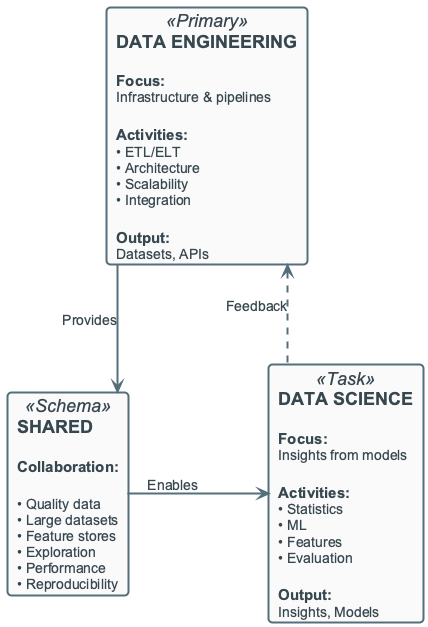
The PlantUML diagram diagrams/week01/week1_de_vs_ds.png in OrPerets/data-engineering-course, before a commit.
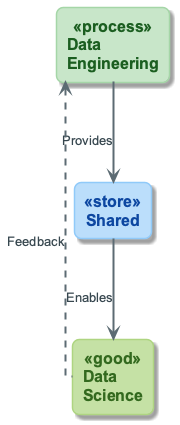
Later version of the same file.

Diff of the diagram source:
```diff
@@ -1,15 +1,17 @@
 @startuml
 !include ../_template_styles.puml
-top to bottom direction
+!include _week1_visual_style.puml
 
-card "**DATA ENGINEERING**\n\n<size:15><b>Focus:</b></size>\n<size:14>Infrastructure & pipelines</size>\n\n<size:15><b>Activities:</b></size>\n<size:14>• ETL/ELT</size>\n<size:14>• Architecture</size>\n<size:14>• Scalability</size>\n<size:14>• Integration</size>\n\n<size:15><b>Output:</b></size>\n<size:14>Datasets, APIs</size>" as DE <<Primary>>
+left to right direction
+skinparam nodesep 100
+skinparam ranksep 70
 
-card "**DATA SCIENCE**\n\n<size:15><b>Focus:</b></size>\n<size:14>Insights from models</size>\n\n<size:15><b>Activities:</b></size>\n<size:14>• Statistics</size>\n<size:14>• ML</size>\n<size:14>• Features</size>\n<size:14>• Evaluation</size>\n\n<size:15><b>Output:</b></size>\n<size:14>Insights, Models</size>" as DS <<Task>>
+rectangle "Data\nEngineering" as DE <<process>>
+rectangle "Shared" as O <<store>>
+rectangle "Data\nScience" as DS <<good>>
 
-card "**SHARED**\n\n<size:15><b>Collaboration:</b></size>\n\n<size:14>• Quality data</size>\n<size:14>• Large datasets</size>\n<size:14>• Feature stores</size>\n<size:14>• Exploration</size>\n<size:14>• Performance</size>\n<size:14>• Reproducibility</size>" as O <<Schema>>
-
-DE -down-> O : Provides
+DE -right-> O : Provides
 O -right-> DS : Enables
-DS -up[dashed]-> DE : Feedback
+DS -[dashed]left-> DE : Feedback
 
 @enduml
```
